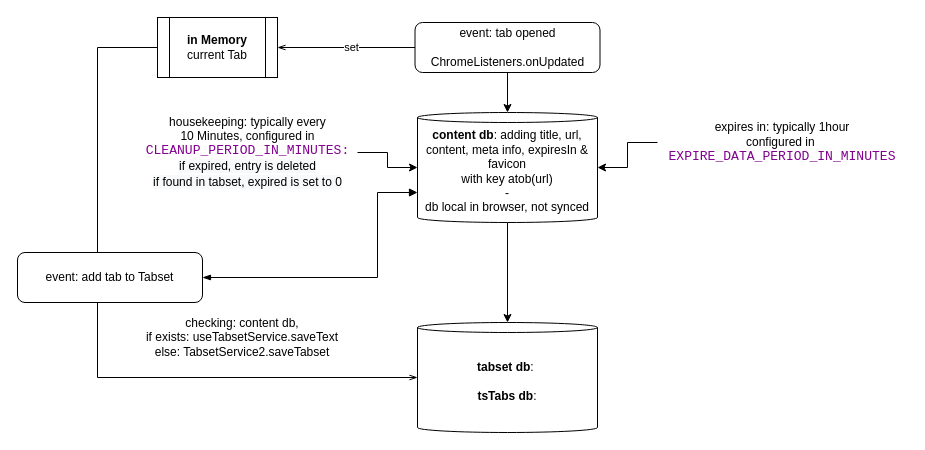
This is docs/drawio/test.drawio from evandor/tabsets, a draw.io file, before an edit. Source tidied: cells renumbered, new cells numbered last; positions are measured from the earlier drawing's top-left corner, leaving out a move shared by most shapes. Both pictures are drawn from the tidied source at 100%, with x=0, y=0 at pixel (17, 17).
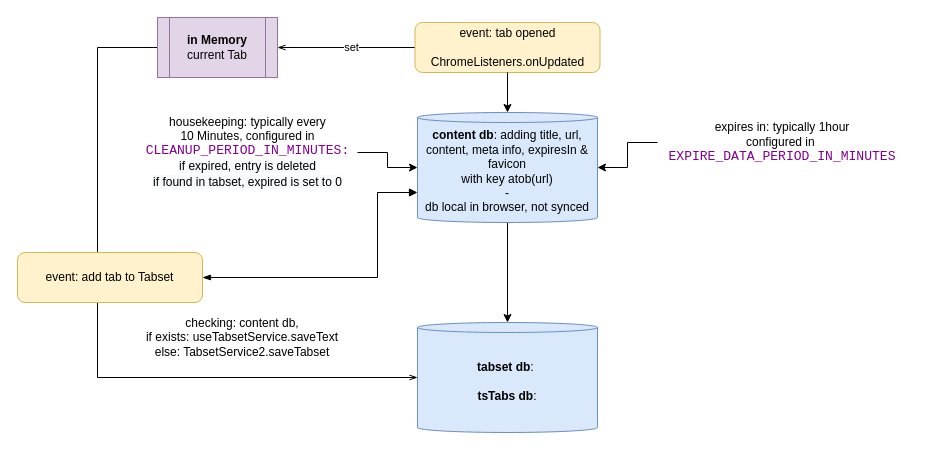
Above is the later version.

Change to the diagram source:
```diff
@@
-    <mxCell id="4" value="event: tab opened&lt;br&gt;&lt;br&gt;ChromeListeners.onUpdated" style="rounded=1;whiteSpace=wrap;html=1;" parent="1" vertex="1">
+    <mxCell id="4" value="event: tab opened&lt;br&gt;&lt;br&gt;ChromeListeners.onUpdated" style="rounded=1;whiteSpace=wrap;html=1;fillColor=#fff2cc;strokeColor=#d6b656;" parent="1" vertex="1">
       <mxGeometry x="397.5" y="5" width="185" height="50" as="geometry" />
     </mxCell>
@@
-    <mxCell id="6" value="&lt;b&gt;content db&lt;/b&gt;: adding title, url, content, meta info, expiresIn &amp;amp; favicon&lt;br&gt;with key atob(url)&lt;br&gt;-&lt;br&gt;db local in browser, not synced&lt;br&gt;" style="shape=cylinder3;whiteSpace=wrap;html=1;boundedLbl=1;backgroundOutline=1;size=5;" parent="1" vertex="1">
+    <mxCell id="6" value="&lt;b&gt;content db&lt;/b&gt;: adding title, url, content, meta info, expiresIn &amp;amp; favicon&lt;br&gt;with key atob(url)&lt;br&gt;-&lt;br&gt;db local in browser, not synced&lt;br&gt;" style="shape=cylinder3;whiteSpace=wrap;html=1;boundedLbl=1;backgroundOutline=1;size=5;fillColor=#dae8fc;strokeColor=#6c8ebf;" parent="1" vertex="1">
       <mxGeometry x="400" y="95" width="180" height="110" as="geometry" />
     </mxCell>
@@
-    <mxCell id="13" value="&lt;b&gt;tabset db&lt;/b&gt;:&amp;nbsp;&lt;br&gt;&lt;br&gt;&lt;b&gt;tsTabs db&lt;/b&gt;:" style="shape=cylinder3;whiteSpace=wrap;html=1;boundedLbl=1;backgroundOutline=1;size=5;" parent="1" vertex="1">
+    <mxCell id="13" value="&lt;b&gt;tabset db&lt;/b&gt;:&amp;nbsp;&lt;br&gt;&lt;br&gt;&lt;b&gt;tsTabs db&lt;/b&gt;:" style="shape=cylinder3;whiteSpace=wrap;html=1;boundedLbl=1;backgroundOutline=1;size=5;fillColor=#dae8fc;strokeColor=#6c8ebf;" parent="1" vertex="1">
       <mxGeometry x="400" y="305" width="180" height="110" as="geometry" />
     </mxCell>
@@
-    <mxCell id="15" value="&lt;b&gt;in Memory&lt;/b&gt;&lt;br&gt;current Tab" style="shape=process;whiteSpace=wrap;html=1;backgroundOutline=1;" parent="1" vertex="1">
+    <mxCell id="15" value="&lt;b&gt;in Memory&lt;/b&gt;&lt;br&gt;current Tab" style="shape=process;whiteSpace=wrap;html=1;backgroundOutline=1;fillColor=#e1d5e7;strokeColor=#9673a6;" parent="1" vertex="1">
       <mxGeometry x="140" width="120" height="60" as="geometry" />
     </mxCell>
-    <mxCell id="16" value="event: add tab to Tabset" style="rounded=1;whiteSpace=wrap;html=1;" parent="1" vertex="1">
+    <mxCell id="16" value="event: add tab to Tabset" style="rounded=1;whiteSpace=wrap;html=1;fillColor=#fff2cc;strokeColor=#d6b656;" parent="1" vertex="1">
       <mxGeometry y="235" width="185" height="50" as="geometry" />
     </mxCell>
```
